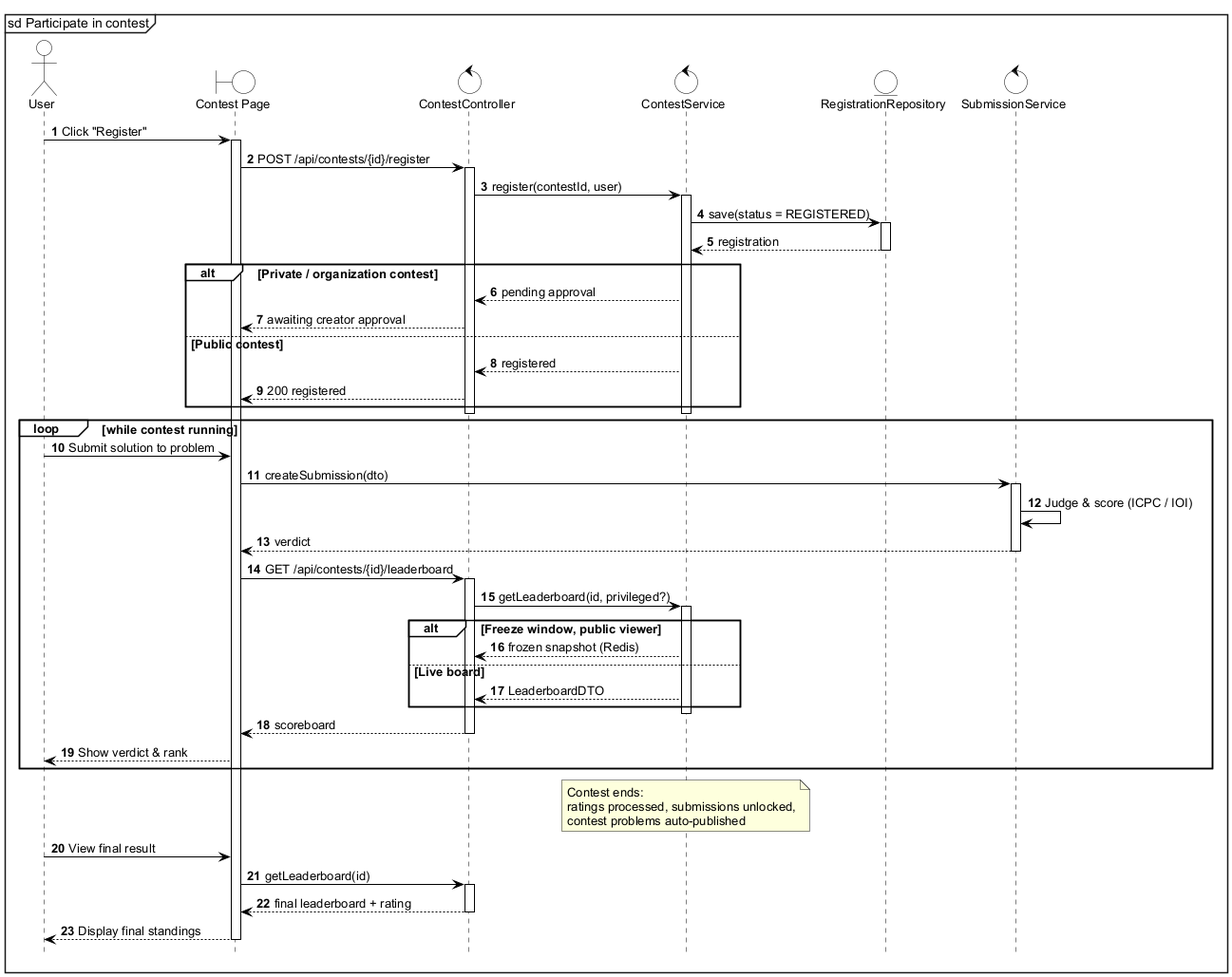
This is Thesis/final/figures/seq-participate-contest.png from InfiniteGosi/TDTUOJ, a PlantUML export, as it was before one commit.
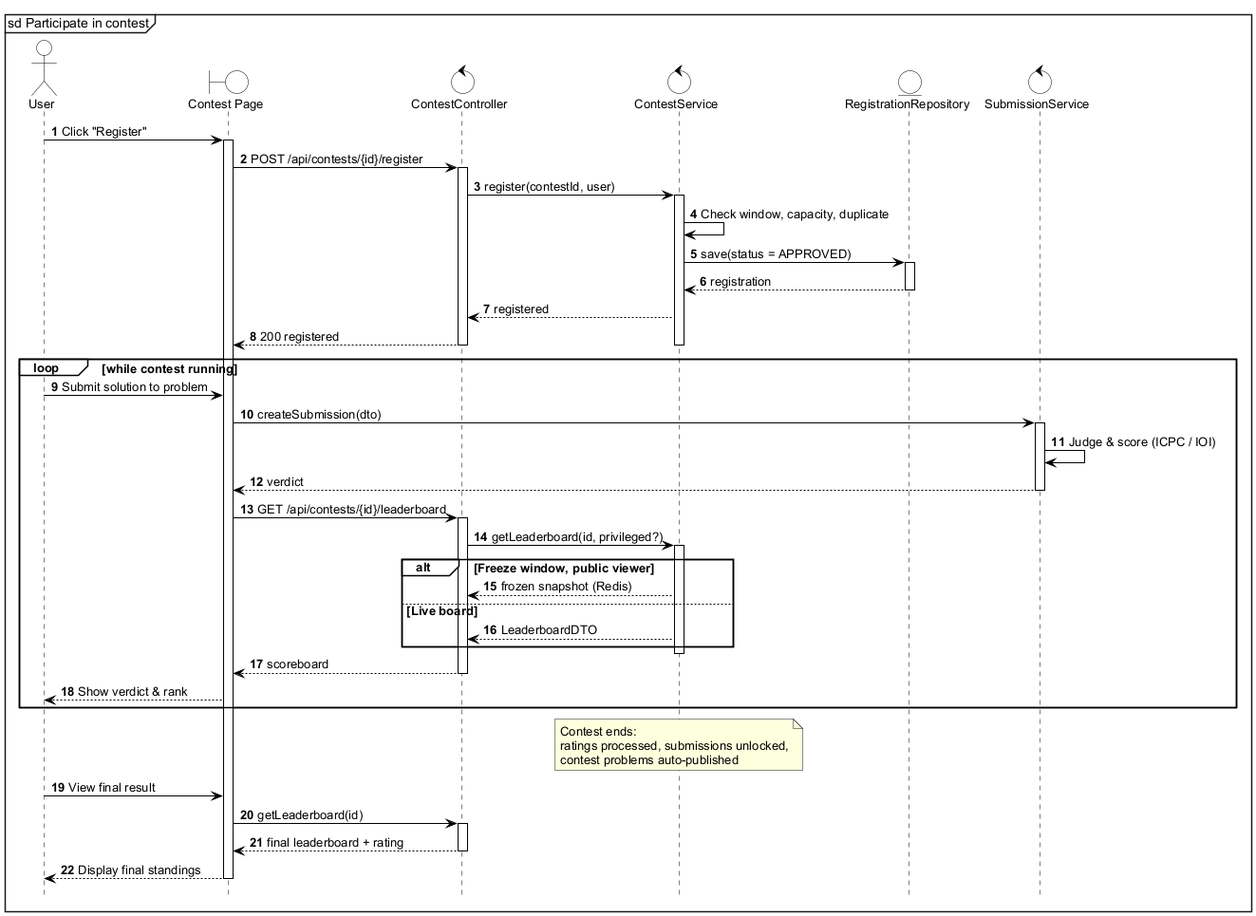
The same file after the commit.

What changed in the source:
```diff
@@ -34,17 +34,13 @@
 activate C
 C -> S : register(contestId, user)
 activate S
-S -> R : save(status = REGISTERED)
+S -> S : Check window, capacity, duplicate
+S -> R : save(status = APPROVED)
 activate R
 R --> S : registration
 deactivate R
-alt Private / organization contest
-  S --> C : pending approval
-  C --> UI : awaiting creator approval
-else Public contest
-  S --> C : registered
-  C --> UI : 200 registered
-end
+S --> C : registered
+C --> UI : 200 registered
 deactivate S
 deactivate C
 
```
